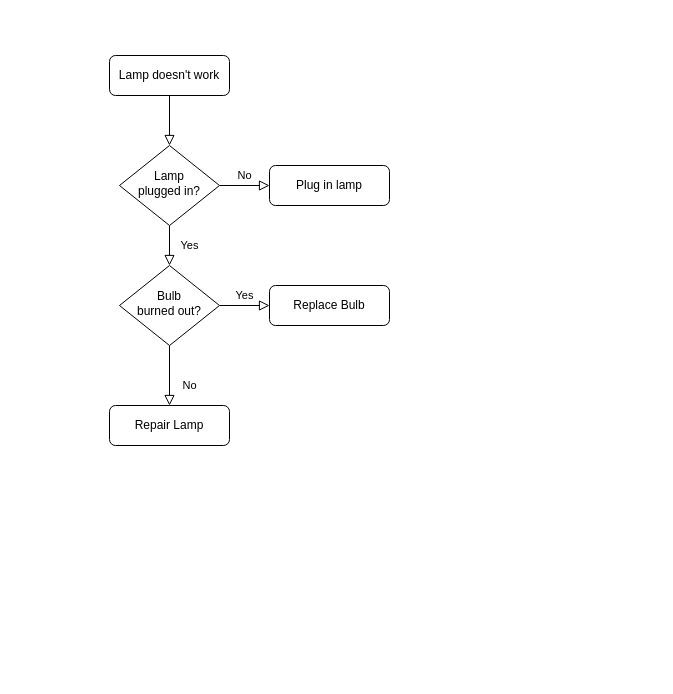
This is 流程图.drawio from jixiuy/DDRNet.pytorch, a draw.io file, before an edit. Source tidied: cells renumbered, new cells numbered last; positions are measured from the earlier drawing's top-left corner, leaving out a move shared by most shapes. Both pictures are drawn from the tidied source at 100%, with x=0, y=0 at pixel (109, 55).
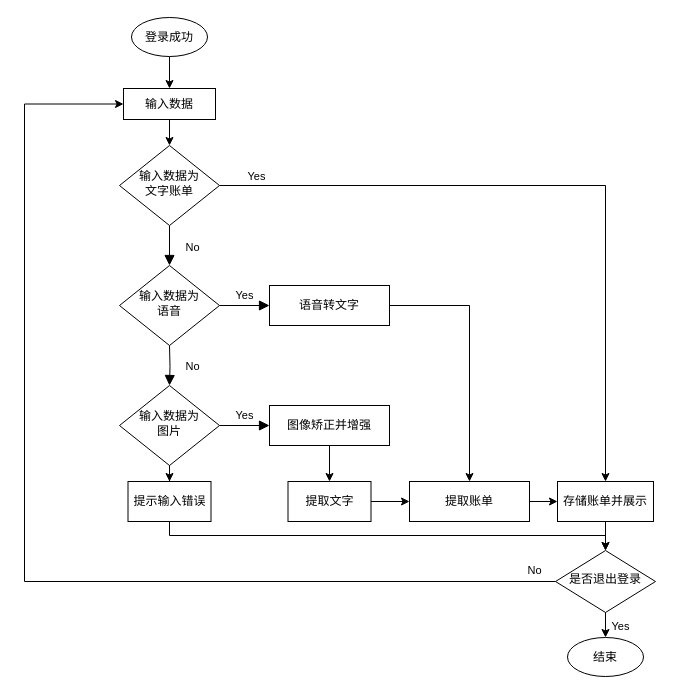
Above is the later version.

Commit message:
更新流程图.drawio

Diff of the diagram source:
```diff
@@
-    <mxCell id="2" style="rounded=0;html=1;jettySize=auto;fontSize=11;endArrow=block;endFill=0;endSize=8;strokeWidth=1;shadow=0;labelBackgroundColor=none;edgeStyle=orthogonalEdgeStyle;" parent="1" edge="1" source="3" target="6">
-      <mxGeometry relative="1" as="geometry" />
-    </mxCell>
-    <mxCell id="3" value="Lamp doesn't work" style="rounded=1;whiteSpace=wrap;html=1;fontSize=12;glass=0;strokeWidth=1;shadow=0;" parent="1" vertex="1">
-      <mxGeometry width="120" height="40" as="geometry" />
-    </mxCell>
-    <mxCell id="4" value="Yes" style="rounded=0;html=1;jettySize=auto;fontSize=11;endArrow=block;endFill=0;endSize=8;strokeWidth=1;shadow=0;labelBackgroundColor=none;edgeStyle=orthogonalEdgeStyle;" parent="1" edge="1" source="6" target="10">
-      <mxGeometry y="20" relative="1" as="geometry" />
+    <mxCell id="4" value="No" style="rounded=0;html=1;jettySize=auto;fontSize=11;endArrow=block;endFill=1;endSize=8;strokeWidth=1;shadow=0;labelBackgroundColor=none;edgeStyle=orthogonalEdgeStyle;" parent="1" edge="1" source="6" target="10">
+      <mxGeometry x="0.1" y="23" relative="1" as="geometry" />
     </mxCell>
-    <mxCell id="5" value="No" style="edgeStyle=orthogonalEdgeStyle;rounded=0;html=1;jettySize=auto;fontSize=11;endArrow=block;endFill=0;endSize=8;strokeWidth=1;shadow=0;labelBackgroundColor=none;" parent="1" edge="1" source="6" target="7">
-      <mxGeometry y="10" relative="1" as="geometry" />
-    </mxCell>
+    <mxCell id="13" style="edgeStyle=orthogonalEdgeStyle;rounded=0;jettySize=auto;html=1;" parent="1" edge="1" source="6" target="37">
+      <mxGeometry relative="1" as="geometry" />
+    </mxCell>
+    <mxCell id="14" value="Yes" style="edgeLabel;html=1;align=center;verticalAlign=middle;" parent="13" vertex="1">
+      <mxGeometry x="0.48" y="5" relative="1" as="geometry">
+        <mxPoint x="-355" y="-129" as="offset" />
+      </mxGeometry>
+    </mxCell>
-    <mxCell id="6" value="Lamp&lt;br&gt;plugged in?" style="rhombus;whiteSpace=wrap;html=1;shadow=0;fontFamily=Helvetica;fontSize=12;align=center;strokeWidth=1;spacing=6;spacingTop=-4;" parent="1" vertex="1">
+    <mxCell id="6" value="输入数据为&lt;div&gt;文字账单&lt;/div&gt;" style="rhombus;whiteSpace=wrap;html=1;shadow=0;fontFamily=Helvetica;fontSize=12;align=center;strokeWidth=1;spacing=6;spacingTop=-4;" parent="1" vertex="1">
       <mxGeometry x="10" y="90" width="100" height="80" as="geometry" />
     </mxCell>
-    <mxCell id="7" value="Plug in lamp" style="rounded=1;whiteSpace=wrap;html=1;fontSize=12;glass=0;strokeWidth=1;shadow=0;" parent="1" vertex="1">
-      <mxGeometry x="160" y="110" width="120" height="40" as="geometry" />
-    </mxCell>
-    <mxCell id="8" value="No" style="rounded=0;html=1;jettySize=auto;fontSize=11;endArrow=block;endFill=0;endSize=8;strokeWidth=1;shadow=0;labelBackgroundColor=none;edgeStyle=orthogonalEdgeStyle;" parent="1" edge="1" source="10" target="11">
-      <mxGeometry x="0.33" y="20" relative="1" as="geometry" />
-    </mxCell>
-    <mxCell id="9" value="Yes" style="edgeStyle=orthogonalEdgeStyle;rounded=0;html=1;jettySize=auto;fontSize=11;endArrow=block;endFill=0;endSize=8;strokeWidth=1;shadow=0;labelBackgroundColor=none;" parent="1" edge="1" source="10" target="12">
+    <mxCell id="9" value="Yes" style="edgeStyle=orthogonalEdgeStyle;rounded=0;html=1;jettySize=auto;fontSize=11;endArrow=block;endFill=1;endSize=8;strokeWidth=1;shadow=0;labelBackgroundColor=none;" parent="1" edge="1" source="10" target="12">
       <mxGeometry y="10" relative="1" as="geometry" />
     </mxCell>
-    <mxCell id="10" value="Bulb&lt;br&gt;burned out?" style="rhombus;whiteSpace=wrap;html=1;shadow=0;fontFamily=Helvetica;fontSize=12;align=center;strokeWidth=1;spacing=6;spacingTop=-4;" parent="1" vertex="1">
+    <mxCell id="10" value="输入数据为&lt;div&gt;语音&lt;/div&gt;" style="rhombus;whiteSpace=wrap;html=1;shadow=0;fontFamily=Helvetica;fontSize=12;align=center;strokeWidth=1;spacing=6;spacingTop=-4;" parent="1" vertex="1">
       <mxGeometry x="10" y="210" width="100" height="80" as="geometry" />
     </mxCell>
-    <mxCell id="11" value="Repair Lamp" style="rounded=1;whiteSpace=wrap;html=1;fontSize=12;glass=0;strokeWidth=1;shadow=0;" parent="1" vertex="1">
-      <mxGeometry y="350" width="120" height="40" as="geometry" />
-    </mxCell>
+    <mxCell id="15" style="edgeStyle=orthogonalEdgeStyle;rounded=0;jettySize=auto;html=1;entryX=0.5;entryY=0;entryDx=0;entryDy=0;" parent="1" edge="1" target="20">
+      <mxGeometry relative="1" as="geometry">
+        <mxPoint x="496" y="554" as="sourcePoint" />
+      </mxGeometry>
+    </mxCell>
+    <mxCell id="16" value="Yes" style="edgeLabel;html=1;align=center;verticalAlign=middle;" parent="15" vertex="1">
+      <mxGeometry x="0.14" y="2" relative="1" as="geometry">
+        <mxPoint x="12" as="offset" />
+      </mxGeometry>
+    </mxCell>
+    <mxCell id="17" style="edgeStyle=orthogonalEdgeStyle;rounded=0;jettySize=auto;html=1;" parent="1" edge="1" source="12" target="33">
+      <mxGeometry relative="1" as="geometry" />
+    </mxCell>
-    <mxCell id="12" value="Replace Bulb" style="rounded=1;whiteSpace=wrap;html=1;fontSize=12;glass=0;strokeWidth=1;shadow=0;" parent="1" vertex="1">
+    <mxCell id="12" value="语音转文字" style="rounded=0;whiteSpace=wrap;html=1;fontSize=12;glass=0;strokeWidth=1;shadow=0;" parent="1" vertex="1">
       <mxGeometry x="160" y="230" width="120" height="40" as="geometry" />
     </mxCell>
+    <mxCell id="18" style="edgeStyle=orthogonalEdgeStyle;rounded=0;jettySize=auto;html=1;" parent="1" edge="1" source="19" target="22">
+      <mxGeometry relative="1" as="geometry" />
+    </mxCell>
+    <mxCell id="19" value="登录成功" style="ellipse;whiteSpace=wrap;html=1;" parent="1" vertex="1">
+      <mxGeometry x="22" y="-38" width="76" height="39" as="geometry" />
+    </mxCell>
+    <mxCell id="20" value="结束" style="ellipse;whiteSpace=wrap;html=1;" parent="1" vertex="1">
+      <mxGeometry x="458" y="582" width="76" height="39" as="geometry" />
+    </mxCell>
+    <mxCell id="21" style="edgeStyle=orthogonalEdgeStyle;rounded=0;jettySize=auto;html=1;" parent="1" edge="1" source="22" target="6">
+      <mxGeometry relative="1" as="geometry" />
+    </mxCell>
+    <mxCell id="22" value="输入数据" style="rounded=0;whiteSpace=wrap;html=1;" parent="1" vertex="1">
+      <mxGeometry x="14" y="33" width="92" height="31" as="geometry" />
+    </mxCell>
+    <mxCell id="23" value="No" style="rounded=0;html=1;jettySize=auto;fontSize=11;endArrow=block;endFill=1;endSize=8;strokeWidth=1;shadow=0;labelBackgroundColor=none;edgeStyle=orthogonalEdgeStyle;" parent="1" edge="1" target="26">
+      <mxGeometry x="0.1" y="23" relative="1" as="geometry">
+        <mxPoint x="60" y="290" as="sourcePoint" />
+      </mxGeometry>
+    </mxCell>
+    <mxCell id="24" value="Yes" style="edgeStyle=orthogonalEdgeStyle;rounded=0;html=1;jettySize=auto;fontSize=11;endArrow=block;endFill=1;endSize=8;strokeWidth=1;shadow=0;labelBackgroundColor=none;" parent="1" edge="1" source="26" target="28">
+      <mxGeometry y="10" relative="1" as="geometry" />
+    </mxCell>
+    <mxCell id="25" style="edgeStyle=orthogonalEdgeStyle;rounded=0;jettySize=auto;html=1;" parent="1" edge="1" source="26" target="39">
+      <mxGeometry relative="1" as="geometry" />
+    </mxCell>
+    <mxCell id="26" value="输入数据为&lt;div&gt;图片&lt;/div&gt;" style="rhombus;whiteSpace=wrap;html=1;shadow=0;fontFamily=Helvetica;fontSize=12;align=center;strokeWidth=1;spacing=6;spacingTop=-4;" parent="1" vertex="1">
+      <mxGeometry x="10" y="330" width="100" height="80" as="geometry" />
+    </mxCell>
+    <mxCell id="27" style="edgeStyle=orthogonalEdgeStyle;rounded=0;jettySize=auto;html=1;" parent="1" edge="1" source="28" target="35">
+      <mxGeometry relative="1" as="geometry" />
+    </mxCell>
+    <mxCell id="28" value="图像矫正并增强" style="rounded=0;whiteSpace=wrap;html=1;fontSize=12;glass=0;strokeWidth=1;shadow=0;" parent="1" vertex="1">
+      <mxGeometry x="160" y="350" width="120" height="40" as="geometry" />
+    </mxCell>
+    <mxCell id="29" style="edgeStyle=orthogonalEdgeStyle;rounded=0;jettySize=auto;html=1;entryX=0;entryY=0.5;entryDx=0;entryDy=0;" parent="1" edge="1" source="31" target="22">
+      <mxGeometry relative="1" as="geometry">
+        <Array as="points">
+          <mxPoint x="-85" y="526" />
+          <mxPoint x="-85" y="49" />
+        </Array>
+      </mxGeometry>
+    </mxCell>
+    <mxCell id="30" value="No" style="edgeLabel;html=1;align=center;verticalAlign=middle;" parent="29" vertex="1">
+      <mxGeometry x="-0.92" y="1" relative="1" as="geometry">
+        <mxPoint x="22" y="-13" as="offset" />
+      </mxGeometry>
+    </mxCell>
+    <mxCell id="31" value="是否退出登录" style="rhombus;whiteSpace=wrap;html=1;shadow=0;fontFamily=Helvetica;fontSize=12;align=center;strokeWidth=1;spacing=6;spacingTop=-4;" parent="1" vertex="1">
+      <mxGeometry x="446" y="495" width="100" height="62" as="geometry" />
+    </mxCell>
+    <mxCell id="32" style="edgeStyle=orthogonalEdgeStyle;rounded=0;jettySize=auto;html=1;" parent="1" edge="1" source="33" target="37">
+      <mxGeometry relative="1" as="geometry" />
+    </mxCell>
+    <mxCell id="33" value="提取账单" style="rounded=0;whiteSpace=wrap;html=1;fontSize=12;glass=0;strokeWidth=1;shadow=0;" parent="1" vertex="1">
+      <mxGeometry x="300" y="426" width="120" height="40" as="geometry" />
+    </mxCell>
+    <mxCell id="34" style="edgeStyle=orthogonalEdgeStyle;rounded=0;jettySize=auto;html=1;" parent="1" edge="1" source="35" target="33">
+      <mxGeometry relative="1" as="geometry" />
+    </mxCell>
+    <mxCell id="35" value="提取文字" style="rounded=0;whiteSpace=wrap;html=1;fontSize=12;glass=0;strokeWidth=1;shadow=0;" parent="1" vertex="1">
+      <mxGeometry x="178.5" y="426" width="83" height="40" as="geometry" />
+    </mxCell>
+    <mxCell id="36" style="edgeStyle=orthogonalEdgeStyle;rounded=0;jettySize=auto;html=1;" parent="1" edge="1" source="37" target="31">
+      <mxGeometry relative="1" as="geometry" />
+    </mxCell>
+    <mxCell id="37" value="存储账单并展示" style="rounded=0;whiteSpace=wrap;html=1;fontSize=12;glass=0;strokeWidth=1;shadow=0;" parent="1" vertex="1">
+      <mxGeometry x="448" y="426" width="96" height="40" as="geometry" />
+    </mxCell>
+    <mxCell id="38" style="edgeStyle=orthogonalEdgeStyle;rounded=0;jettySize=auto;html=1;entryX=0.5;entryY=0;entryDx=0;entryDy=0;" parent="1" edge="1" source="39" target="31">
+      <mxGeometry relative="1" as="geometry">
+        <Array as="points">
+          <mxPoint x="60" y="480" />
+          <mxPoint x="496" y="480" />
+        </Array>
+      </mxGeometry>
+    </mxCell>
+    <mxCell id="39" value="提示输入错误" style="rounded=0;whiteSpace=wrap;html=1;fontSize=12;glass=0;strokeWidth=1;shadow=0;" parent="1" vertex="1">
+      <mxGeometry x="18.5" y="426" width="83" height="40" as="geometry" />
+    </mxCell>
```
